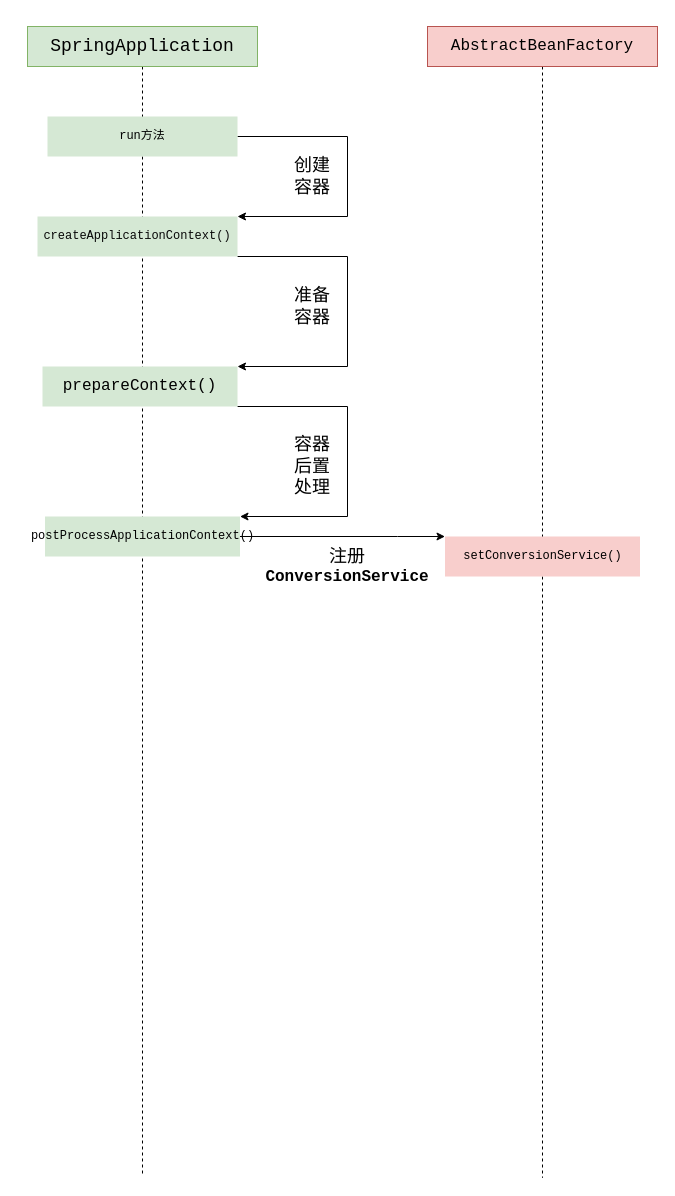
The draw.io diagram 图表文件/spring/BeanFactory初始化过程.drawio in Syske/person-learning-note, before the edit. Source tidied: cells renumbered, new cells numbered last; positions are measured from the earlier drawing's top-left corner, leaving out a move shared by most shapes. Both pictures are drawn from the tidied source at 100%, with x=0, y=0 at pixel (27, 26).
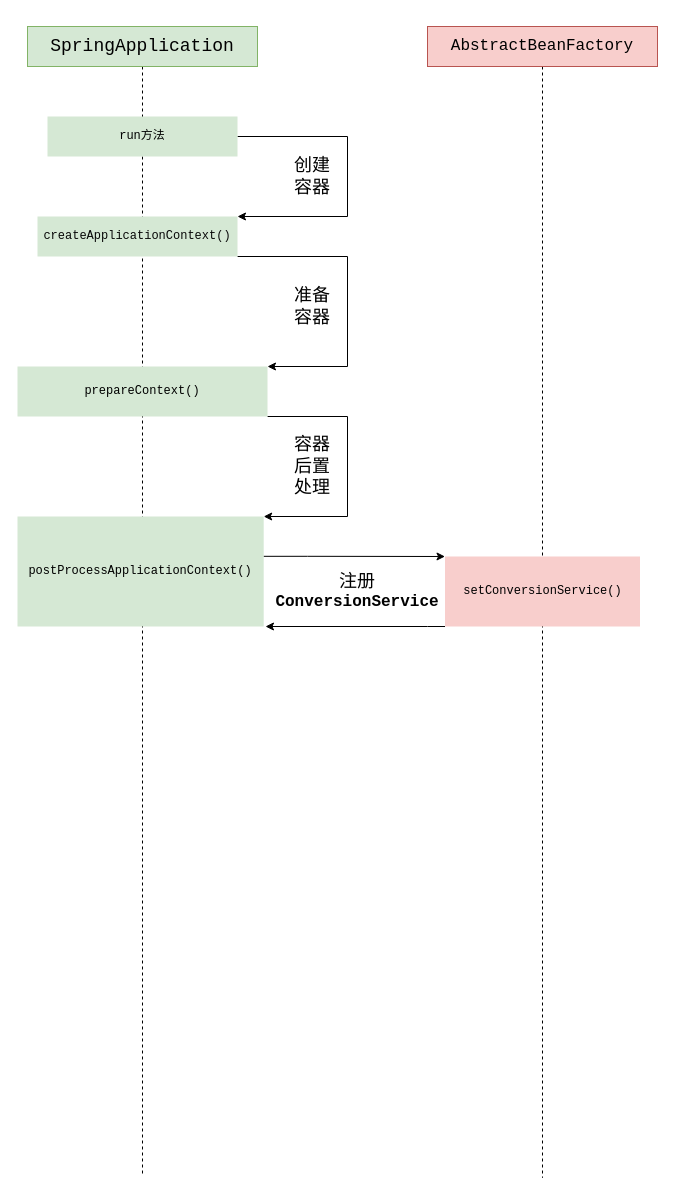
The same diagram, later.

Commit message (it also covers changes not shown here):
add new note about spring

Change to the diagram source:
```diff
@@
     <mxCell id="9" style="edgeStyle=orthogonalEdgeStyle;rounded=0;jettySize=auto;html=1;exitX=1;exitY=1;exitDx=0;exitDy=0;entryX=1;entryY=0;entryDx=0;entryDy=0;" parent="1" edge="1" source="10" target="13">
       <mxGeometry relative="1" as="geometry">
         <Array as="points">
-          <mxPoint x="320" y="380" />
+          <mxPoint x="320" y="390" />
           <mxPoint x="320" y="490" />
         </Array>
       </mxGeometry>
     </mxCell>
-    <mxCell id="10" value="&lt;pre style=&quot;color: rgb(8 , 8 , 8) ; font-family: &amp;#34;jetbrains mono&amp;#34; , monospace&quot;&gt;&lt;pre style=&quot;font-family: &amp;#34;jetbrains mono&amp;#34; , monospace&quot;&gt;&lt;pre style=&quot;color: rgb(0 , 0 , 0) ; font-family: &amp;#34;jetbrains mono&amp;#34; , monospace&quot;&gt;&lt;font style=&quot;font-size: 16px&quot;&gt;prepareContext()&lt;/font&gt;&lt;/pre&gt;&lt;/pre&gt;&lt;/pre&gt;" style="rounded=0;whiteSpace=wrap;html=1;fillColor=#d5e8d4;strokeColor=none;" parent="1" vertex="1">
-      <mxGeometry x="15" y="340" width="195" height="40" as="geometry" />
+    <mxCell id="10" value="&lt;pre style=&quot;color: rgb(8 , 8 , 8) ; font-family: &amp;#34;jetbrains mono&amp;#34; , monospace&quot;&gt;&lt;pre style=&quot;font-family: &amp;#34;jetbrains mono&amp;#34; , monospace&quot;&gt;&lt;pre style=&quot;color: rgb(0 , 0 , 0) ; font-family: &amp;#34;jetbrains mono&amp;#34; , monospace&quot;&gt;&lt;font style=&quot;font-size: 12px&quot;&gt;prepareContext()&lt;/font&gt;&lt;/pre&gt;&lt;/pre&gt;&lt;/pre&gt;" style="rounded=0;whiteSpace=wrap;html=1;fillColor=#d5e8d4;strokeColor=none;" parent="1" vertex="1">
+      <mxGeometry x="-10" y="340" width="250" height="50" as="geometry" />
     </mxCell>
@@
-    <mxCell id="12" style="edgeStyle=orthogonalEdgeStyle;rounded=0;jettySize=auto;html=1;exitX=1;exitY=0.5;exitDx=0;exitDy=0;entryX=0;entryY=0;entryDx=0;entryDy=0;endArrow=classic;endFill=1;" parent="1" edge="1" source="13" target="17">
+    <mxCell id="12" style="edgeStyle=orthogonalEdgeStyle;rounded=0;jettySize=auto;html=1;entryX=0;entryY=0;entryDx=0;entryDy=0;endArrow=classic;endFill=1;exitX=0.999;exitY=0.362;exitDx=0;exitDy=0;exitPerimeter=0;" parent="1" edge="1" source="13" target="17">
       <mxGeometry relative="1" as="geometry">
         <Array as="points">
-          <mxPoint x="370" y="510" />
-          <mxPoint x="370" y="510" />
+          <mxPoint x="280" y="530" />
         </Array>
       </mxGeometry>
     </mxCell>
     <mxCell id="13" value="&lt;pre style=&quot;color: rgb(8 , 8 , 8) ; font-family: &amp;#34;jetbrains mono&amp;#34; , monospace&quot;&gt;&lt;pre style=&quot;font-family: &amp;#34;jetbrains mono&amp;#34; , monospace&quot;&gt;&lt;pre style=&quot;color: rgb(0 , 0 , 0) ; font-family: &amp;#34;jetbrains mono&amp;#34; , monospace&quot;&gt;&lt;pre style=&quot;font-family: &amp;#34;jetbrains mono&amp;#34; , monospace&quot;&gt;&lt;font style=&quot;font-size: 12px&quot;&gt;postProcessApplicationContext()&lt;/font&gt;&lt;/pre&gt;&lt;/pre&gt;&lt;/pre&gt;&lt;/pre&gt;" style="rounded=0;whiteSpace=wrap;html=1;fillColor=#d5e8d4;strokeColor=none;" parent="1" vertex="1">
-      <mxGeometry x="17.5" y="490" width="195" height="40" as="geometry" />
+      <mxGeometry x="-10" y="490" width="246.2" height="110" as="geometry" />
     </mxCell>
@@
+    <mxCell id="19" style="edgeStyle=orthogonalEdgeStyle;rounded=0;jettySize=auto;html=1;exitX=0;exitY=1;exitDx=0;exitDy=0;" parent="1" edge="1" source="17">
+      <mxGeometry relative="1" as="geometry">
+        <mxPoint x="238" y="600" as="targetPoint" />
+        <Array as="points">
+          <mxPoint x="400" y="600" />
+          <mxPoint x="400" y="600" />
+        </Array>
+      </mxGeometry>
+    </mxCell>
     <mxCell id="17" value="&lt;pre style=&quot;color: rgb(8 , 8 , 8) ; font-family: &amp;#34;jetbrains mono&amp;#34; , monospace&quot;&gt;&lt;pre style=&quot;font-family: &amp;#34;jetbrains mono&amp;#34; , monospace&quot;&gt;&lt;pre style=&quot;color: rgb(0 , 0 , 0) ; font-family: &amp;#34;jetbrains mono&amp;#34; , monospace&quot;&gt;&lt;pre style=&quot;font-family: &amp;#34;jetbrains mono&amp;#34; , monospace&quot;&gt;&lt;font style=&quot;font-size: 12px&quot;&gt;setConversionService()&lt;/font&gt;&lt;/pre&gt;&lt;/pre&gt;&lt;/pre&gt;&lt;/pre&gt;" style="rounded=0;whiteSpace=wrap;html=1;fillColor=#f8cecc;strokeColor=none;" parent="1" vertex="1">
-      <mxGeometry x="417.5" y="510" width="195" height="40" as="geometry" />
+      <mxGeometry x="417.5" y="530" width="195" height="70" as="geometry" />
     </mxCell>
     <mxCell id="18" value="&lt;span style=&quot;font-size: 18px&quot;&gt;注册&lt;/span&gt;&lt;span style=&quot;background-color: rgb(255 , 255 , 255) ; font-family: &amp;#34;jetbrains mono&amp;#34; , monospace ; font-size: 12pt&quot;&gt;&lt;b&gt;ConversionService&lt;/b&gt;&lt;/span&gt;" style="text;html=1;strokeColor=none;fillColor=none;align=center;verticalAlign=middle;whiteSpace=wrap;rounded=0;fontColor=#000000;" parent="1" vertex="1">
-      <mxGeometry x="240" y="520" width="160" height="40" as="geometry" />
+      <mxGeometry x="250" y="545" width="160" height="40" as="geometry" />
     </mxCell>
```
